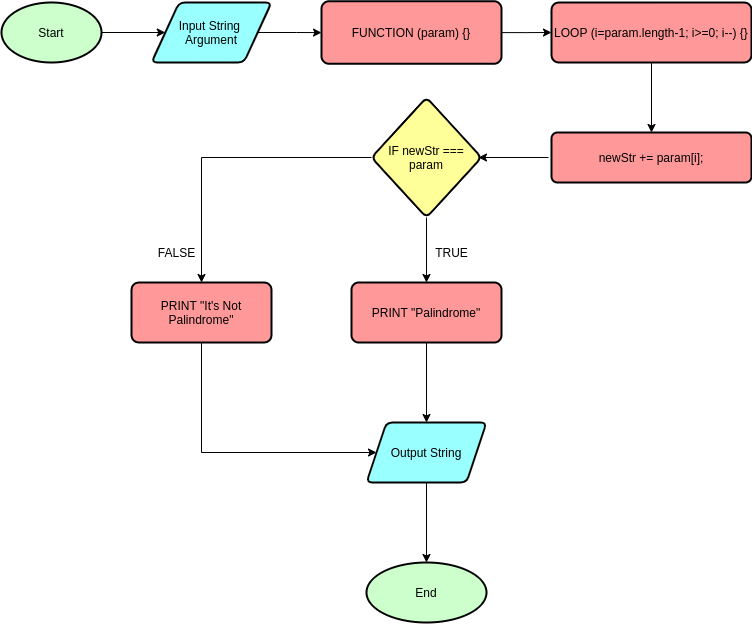
This is Flowchart/2_palindromeDetector.png from ferdianfh/algorithm-and-flowchart, a draw.io export, as it was before one commit. Source tidied: cells renumbered, new cells last; positions are measured from the earlier drawing's top-left corner, leaving out a move shared by most shapes.
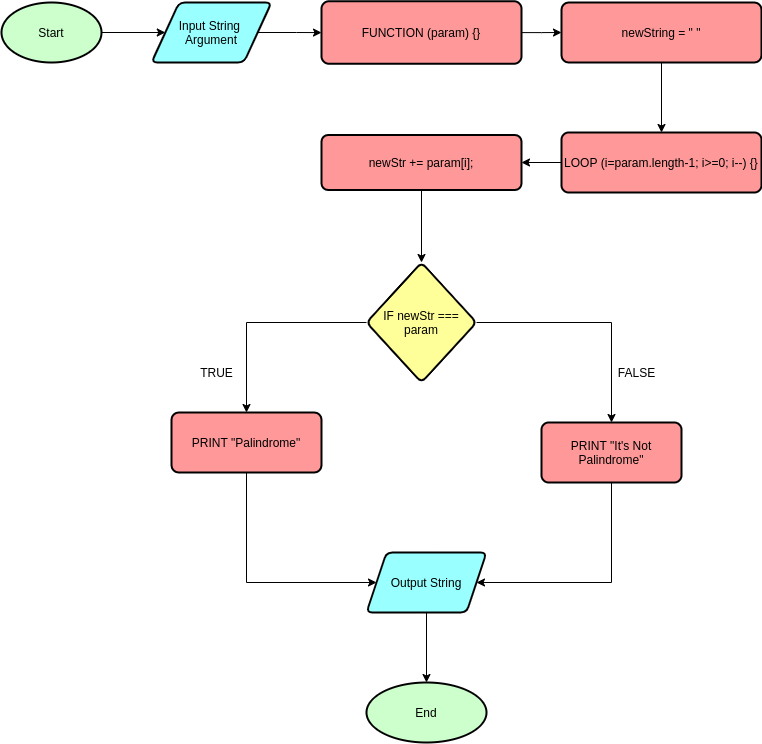
The same diagram one commit later.

Diff of the diagram source:
```diff
@@ -14,11 +14,11 @@
     <mxCell id="5" value="Input String &lt;br&gt;Argument" style="shape=parallelogram;html=1;strokeWidth=2;perimeter=parallelogramPerimeter;whiteSpace=wrap;rounded=1;arcSize=12;size=0.23;fillColor=#99FFFF;" parent="1" vertex="1">
       <mxGeometry x="150" y="1" width="120" height="60" as="geometry" />
     </mxCell>
-    <mxCell id="6" style="edgeStyle=orthogonalEdgeStyle;rounded=0;jettySize=auto;html=1;" parent="1" edge="1" source="7" target="19">
-      <mxGeometry relative="1" as="geometry" />
-    </mxCell>
+    <mxCell id="24" style="edgeStyle=orthogonalEdgeStyle;rounded=0;jettySize=auto;html=1;" parent="1" edge="1" source="7" target="27">
+      <mxGeometry relative="1" as="geometry" />
+    </mxCell>
     <mxCell id="7" value="&lt;div style=&quot;text-align: left&quot;&gt;FUNCTION (param) {&lt;span&gt;}&lt;/span&gt;&lt;/div&gt;" style="whiteSpace=wrap;html=1;rounded=1;strokeWidth=2;arcSize=12;fillColor=#FF9999;" parent="1" vertex="1">
-      <mxGeometry x="320" y="-0.2" width="180" height="62.5" as="geometry" />
+      <mxGeometry x="320" y="-0.2" width="200" height="62.5" as="geometry" />
     </mxCell>
     <mxCell id="8" style="edgeStyle=orthogonalEdgeStyle;rounded=0;jettySize=auto;html=1;" parent="1" edge="1" source="10" target="12">
       <mxGeometry relative="1" as="geometry" />
@@ -27,53 +27,60 @@
       <mxGeometry relative="1" as="geometry" />
     </mxCell>
     <mxCell id="10" value="IF newStr === param" style="rhombus;whiteSpace=wrap;html=1;rounded=1;strokeWidth=2;arcSize=12;fillColor=#FFFF99;" parent="1" vertex="1">
-      <mxGeometry x="370" y="96" width="110" height="120" as="geometry" />
+      <mxGeometry x="365" y="261" width="110" height="120" as="geometry" />
     </mxCell>
     <mxCell id="11" style="edgeStyle=orthogonalEdgeStyle;rounded=0;jettySize=auto;html=1;" parent="1" edge="1" source="12" target="16">
-      <mxGeometry relative="1" as="geometry" />
+      <mxGeometry relative="1" as="geometry">
+        <Array as="points">
+          <mxPoint x="245" y="581" />
+        </Array>
+      </mxGeometry>
     </mxCell>
     <mxCell id="12" value="PRINT &quot;Palindrome&quot;" style="whiteSpace=wrap;html=1;rounded=1;strokeWidth=2;arcSize=12;fillColor=#FF9999;" parent="1" vertex="1">
-      <mxGeometry x="350" y="281" width="150" height="60" as="geometry" />
+      <mxGeometry x="170" y="411" width="150" height="60" as="geometry" />
     </mxCell>
     <mxCell id="13" style="edgeStyle=orthogonalEdgeStyle;rounded=0;jettySize=auto;html=1;" parent="1" edge="1" source="14" target="16">
       <mxGeometry relative="1" as="geometry">
         <Array as="points">
-          <mxPoint x="200" y="451" />
+          <mxPoint x="610" y="581" />
         </Array>
       </mxGeometry>
     </mxCell>
     <mxCell id="14" value="PRINT &quot;It's Not Palindrome&quot;" style="whiteSpace=wrap;html=1;rounded=1;strokeWidth=2;arcSize=12;fillColor=#FF9999;" parent="1" vertex="1">
-      <mxGeometry x="130" y="281" width="140" height="60" as="geometry" />
+      <mxGeometry x="540" y="421" width="140" height="60" as="geometry" />
     </mxCell>
     <mxCell id="15" style="edgeStyle=orthogonalEdgeStyle;rounded=0;jettySize=auto;html=1;" parent="1" edge="1" source="16" target="17">
       <mxGeometry relative="1" as="geometry" />
     </mxCell>
     <mxCell id="16" value="Output String" style="shape=parallelogram;perimeter=parallelogramPerimeter;whiteSpace=wrap;html=1;fixedSize=1;rounded=1;strokeWidth=2;arcSize=12;fillColor=#99FFFF;" parent="1" vertex="1">
-      <mxGeometry x="365" y="421" width="120" height="60" as="geometry" />
+      <mxGeometry x="365" y="551" width="120" height="60" as="geometry" />
     </mxCell>
     <mxCell id="17" value="End" style="ellipse;whiteSpace=wrap;html=1;rounded=1;strokeWidth=2;arcSize=12;fillColor=#CCFFCC;" parent="1" vertex="1">
-      <mxGeometry x="365" y="561" width="120" height="60" as="geometry" />
+      <mxGeometry x="365" y="681" width="120" height="60" as="geometry" />
     </mxCell>
     <mxCell id="18" style="edgeStyle=orthogonalEdgeStyle;rounded=0;jettySize=auto;html=1;" parent="1" edge="1" source="19" target="21">
       <mxGeometry relative="1" as="geometry" />
     </mxCell>
     <mxCell id="19" value="&lt;div style=&quot;text-align: left&quot;&gt;LOOP (i=param.length-1; i&amp;gt;=0; i--) {&lt;span&gt;}&lt;/span&gt;&lt;/div&gt;" style="rounded=1;whiteSpace=wrap;html=1;strokeWidth=2;fillColor=#FF9999;arcSize=12;" parent="1" vertex="1">
-      <mxGeometry x="550" y="1" width="200" height="60" as="geometry" />
+      <mxGeometry x="560" y="131" width="200" height="60" as="geometry" />
     </mxCell>
-    <mxCell id="20" style="edgeStyle=orthogonalEdgeStyle;rounded=0;orthogonalLoop=1;jettySize=auto;html=1;" parent="1" edge="1">
-      <mxGeometry relative="1" as="geometry">
-        <mxPoint x="547" y="156" as="sourcePoint" />
-        <mxPoint x="477" y="156" as="targetPoint" />
-      </mxGeometry>
-    </mxCell>
+    <mxCell id="25" style="edgeStyle=orthogonalEdgeStyle;rounded=0;jettySize=auto;html=1;" parent="1" edge="1" source="21" target="10">
+      <mxGeometry relative="1" as="geometry" />
+    </mxCell>
     <mxCell id="21" value="&lt;span style=&quot;text-align: left&quot;&gt;newStr += param[i];&lt;/span&gt;" style="rounded=1;whiteSpace=wrap;html=1;strokeWidth=2;fillColor=#FF9999;arcSize=12;" parent="1" vertex="1">
-      <mxGeometry x="550" y="131" width="200" height="50" as="geometry" />
+      <mxGeometry x="320" y="133.5" width="200" height="55" as="geometry" />
     </mxCell>
+    <mxCell id="23" value="FALSE" style="text;html=1;align=center;verticalAlign=middle;strokeColor=none;fillColor=none;" parent="1" vertex="1">
+      <mxGeometry x="610" y="361" width="50" height="20" as="geometry" />
+    </mxCell>
+    <mxCell id="26" style="edgeStyle=orthogonalEdgeStyle;rounded=0;jettySize=auto;html=1;" parent="1" edge="1" source="27" target="19">
+      <mxGeometry relative="1" as="geometry" />
+    </mxCell>
+    <mxCell id="27" value="newString = &quot; &quot;" style="whiteSpace=wrap;html=1;rounded=1;strokeWidth=2;fillColor=#FF9999;arcSize=12;" parent="1" vertex="1">
+      <mxGeometry x="560" y="1" width="200" height="60" as="geometry" />
+    </mxCell>
     <mxCell id="22" value="TRUE" style="text;html=1;align=center;verticalAlign=middle;strokeColor=none;fillColor=none;" parent="1" vertex="1">
-      <mxGeometry x="425" y="241" width="50" height="20" as="geometry" />
+      <mxGeometry x="190" y="361" width="50" height="20" as="geometry" />
     </mxCell>
-    <mxCell id="23" value="FALSE" style="text;html=1;align=center;verticalAlign=middle;strokeColor=none;fillColor=none;" parent="1" vertex="1">
-      <mxGeometry x="150" y="241" width="50" height="20" as="geometry" />
-    </mxCell>
   </root>
 </mxGraphModel>
```
